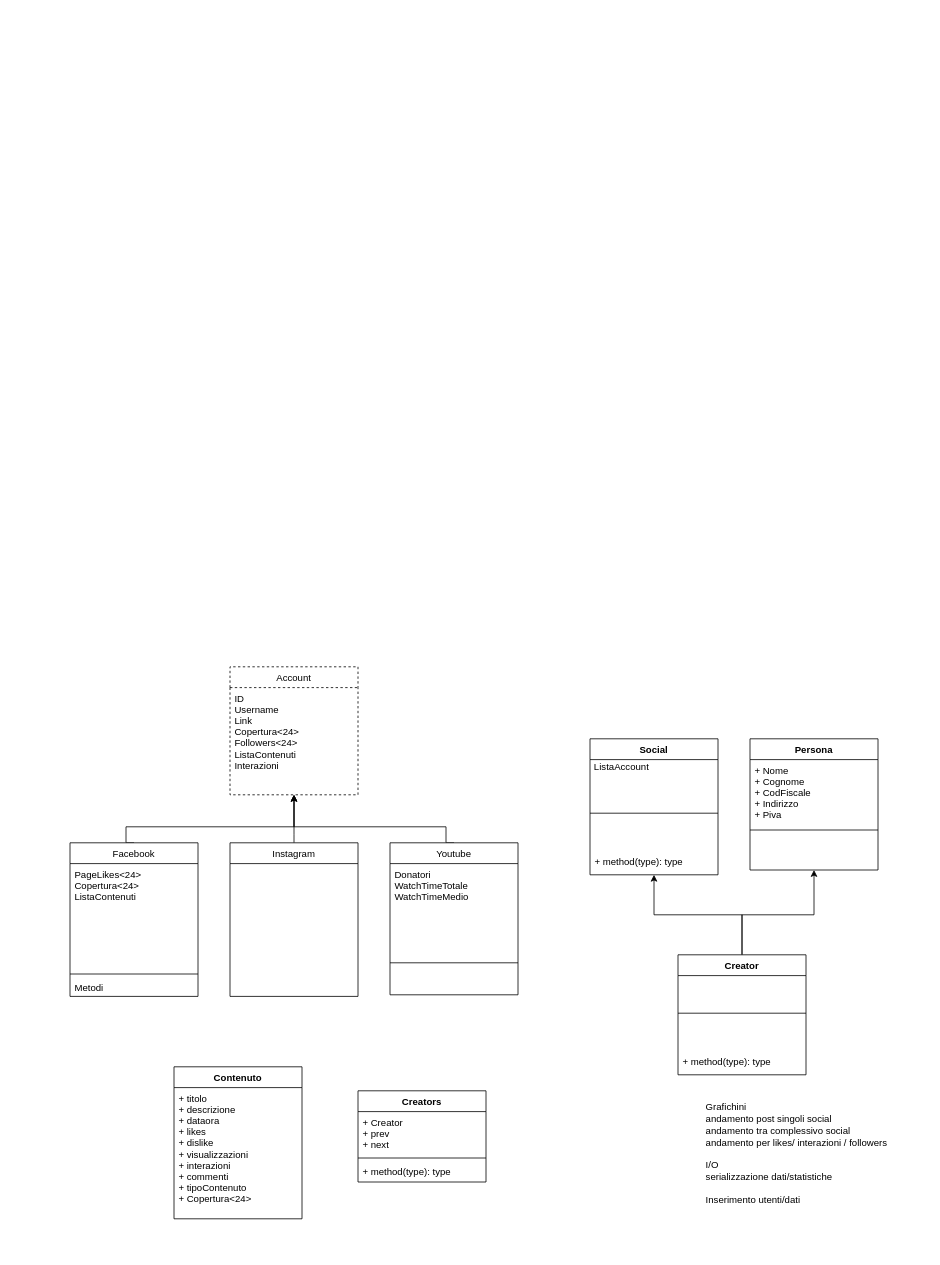
The draw.io diagram diagProgetto.drawio in gianpics/QANALYTICS-ProgettoPAO2020, before the edit. Source tidied: cells renumbered, new cells numbered last; positions are measured from the earlier drawing's top-left corner, leaving out a move shared by most shapes. Both pictures are drawn from the tidied source at 80%, with x=0, y=0 at pixel (70, 666).
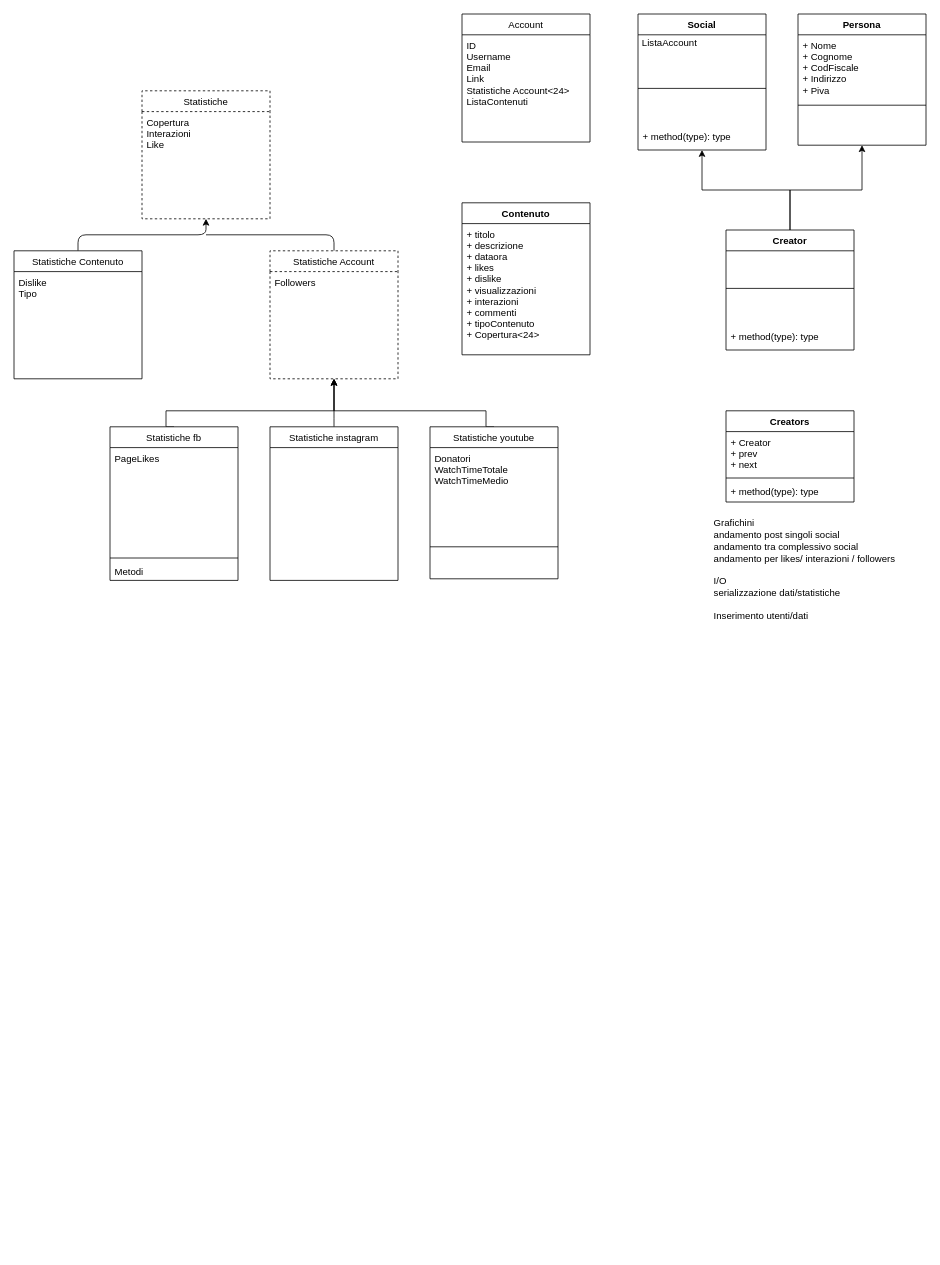
Above is the later version.

Unchanged cells that the change refers to:
```xml
<mxCell id="13" value="+ method(type): type" style="text;strokeColor=none;fillColor=none;align=left;verticalAlign=top;spacingLeft=4;spacingRight=4;overflow=hidden;points=[[0,0.5],[1,0.5]];portConstraint=eastwest;" parent="10" vertex="1">
  <mxGeometry y="140" width="160" height="30" as="geometry" />
</mxCell>
```

What changed in the source:
```diff
@@
-    <mxCell id="2" style="edgeStyle=orthogonalEdgeStyle;rounded=0;jettySize=auto;html=1;exitX=0.5;exitY=0;exitDx=0;exitDy=0;entryX=0.5;entryY=1;entryDx=0;entryDy=0;" parent="1" edge="1" source="20" target="14">
-      <mxGeometry relative="1" as="geometry">
-        <Array as="points">
-          <mxPoint x="70" y="200" />
-          <mxPoint x="280" y="200" />
-        </Array>
-      </mxGeometry>
-    </mxCell>
-    <mxCell id="3" style="edgeStyle=orthogonalEdgeStyle;rounded=0;jettySize=auto;html=1;exitX=0.5;exitY=0;exitDx=0;exitDy=0;entryX=0.5;entryY=1;entryDx=0;entryDy=0;" parent="1" edge="1" source="16" target="14">
-      <mxGeometry relative="1" as="geometry">
-        <Array as="points">
-          <mxPoint x="280" y="210" />
-          <mxPoint x="280" y="210" />
-        </Array>
-      </mxGeometry>
-    </mxCell>
-    <mxCell id="4" style="edgeStyle=orthogonalEdgeStyle;rounded=0;jettySize=auto;html=1;exitX=0.5;exitY=0;exitDx=0;exitDy=0;entryX=0.5;entryY=1;entryDx=0;entryDy=0;" parent="1" edge="1" source="17" target="14">
-      <mxGeometry relative="1" as="geometry">
-        <Array as="points">
-          <mxPoint x="470" y="200" />
-          <mxPoint x="280" y="200" />
-        </Array>
-      </mxGeometry>
-    </mxCell>
     <mxCell id="5" style="edgeStyle=orthogonalEdgeStyle;rounded=0;jettySize=auto;html=1;exitX=0.5;exitY=0;exitDx=0;exitDy=0;entryX=0.5;entryY=1;entryDx=0;entryDy=0;entryPerimeter=0;" parent="1" edge="1" source="31" target="13">
       <mxGeometry relative="1" as="geometry">
         <Array as="points">
-          <mxPoint x="840" y="360" />
-          <mxPoint x="840" y="310" />
-          <mxPoint x="730" y="310" />
+          <mxPoint x="900" y="-546" />
+          <mxPoint x="900" y="-596" />
+          <mxPoint x="790" y="-596" />
         </Array>
       </mxGeometry>
     </mxCell>
     <mxCell id="6" style="edgeStyle=orthogonalEdgeStyle;rounded=0;jettySize=auto;html=1;exitX=0.5;exitY=0;exitDx=0;exitDy=0;entryX=0.5;entryY=1;entryDx=0;entryDy=0;" parent="1" edge="1" source="31" target="7">
       <mxGeometry relative="1" as="geometry">
         <Array as="points">
-          <mxPoint x="840" y="360" />
-          <mxPoint x="840" y="310" />
-          <mxPoint x="930" y="310" />
+          <mxPoint x="900" y="-546" />
+          <mxPoint x="900" y="-596" />
+          <mxPoint x="990" y="-596" />
         </Array>
       </mxGeometry>
     </mxCell>
+    <mxCell id="24" value="&lt;div&gt;&lt;br&gt;&lt;/div&gt;&lt;div&gt;Grafichini &lt;br&gt;&lt;/div&gt;&lt;div&gt;andamento post singoli social&lt;/div&gt;&lt;div&gt;andamento tra complessivo social&lt;/div&gt;&lt;div&gt;andamento per likes/ interazioni / followers&lt;br&gt;&lt;/div&gt;&lt;div&gt;&lt;br&gt;&lt;/div&gt;&lt;div&gt;I/O&lt;/div&gt;&lt;div&gt;serializzazione dati/statistiche&lt;/div&gt;&lt;div&gt;&lt;br&gt;&lt;/div&gt;&lt;div&gt;Inserimento utenti/dati&lt;br&gt;&lt;/div&gt;" style="text;html=1;strokeColor=none;fillColor=none;spacing=5;spacingTop=-20;whiteSpace=wrap;overflow=hidden;rounded=0;" parent="1" vertex="1">
+      <mxGeometry x="800" y="-190" width="260" height="190" as="geometry" />
+    </mxCell>
+    <mxCell id="34" style="edgeStyle=orthogonalEdgeStyle;rounded=0;jettySize=auto;html=1;exitX=0.5;exitY=0;exitDx=0;exitDy=0;entryX=0.5;entryY=1;entryDx=0;entryDy=0;" parent="1" edge="1" source="47">
+      <mxGeometry relative="1" as="geometry">
+        <mxPoint x="330" y="-360" as="targetPoint" />
+        <Array as="points">
+          <mxPoint x="120" y="-320" />
+          <mxPoint x="330" y="-320" />
+        </Array>
+      </mxGeometry>
+    </mxCell>
+    <mxCell id="35" style="edgeStyle=orthogonalEdgeStyle;rounded=0;jettySize=auto;html=1;exitX=0.5;exitY=0;exitDx=0;exitDy=0;entryX=0.5;entryY=1;entryDx=0;entryDy=0;" parent="1" edge="1" source="45">
+      <mxGeometry relative="1" as="geometry">
+        <mxPoint x="330" y="-360" as="targetPoint" />
+        <Array as="points">
+          <mxPoint x="330" y="-310" />
+          <mxPoint x="330" y="-310" />
+        </Array>
+      </mxGeometry>
+    </mxCell>
+    <mxCell id="36" style="edgeStyle=orthogonalEdgeStyle;rounded=0;jettySize=auto;html=1;exitX=0.5;exitY=0;exitDx=0;exitDy=0;entryX=0.5;entryY=1;entryDx=0;entryDy=0;" parent="1" edge="1" source="46">
+      <mxGeometry relative="1" as="geometry">
+        <mxPoint x="330" y="-360" as="targetPoint" />
+        <Array as="points">
+          <mxPoint x="520" y="-320" />
+          <mxPoint x="330" y="-320" />
+        </Array>
+      </mxGeometry>
+    </mxCell>
+    <mxCell id="37" style="endArrow=classic;html=1;exitX=0.5;exitY=0;exitDx=0;exitDy=0;entryX=0.5;entryY=1;entryDx=0;entryDy=0;" parent="1" edge="1" source="43" target="41">
+      <mxGeometry relative="1" as="geometry">
+        <Array as="points">
+          <mxPoint x="10" y="-540" />
+          <mxPoint x="170" y="-540" />
+        </Array>
+      </mxGeometry>
+    </mxCell>
+    <mxCell id="38" style="endArrow=none;html=1;" parent="1" edge="1">
+      <mxGeometry relative="1" as="geometry">
+        <mxPoint x="330" y="-520" as="sourcePoint" />
+        <mxPoint x="170" y="-540" as="targetPoint" />
+        <Array as="points">
+          <mxPoint x="330" y="-540" />
+        </Array>
+      </mxGeometry>
+    </mxCell>
+    <mxCell id="39" value="Statistiche Account" style="swimlane;fontStyle=0;align=center;verticalAlign=top;horizontal=1;startSize=26;rounded=0;shadow=0;strokeWidth=1;dashed=1;" parent="1" vertex="1">
+      <mxGeometry x="250" y="-520" width="160" height="160" as="geometry" />
+    </mxCell>
+    <mxCell id="40" value="Followers&#10;" style="text;align=left;verticalAlign=top;spacingLeft=4;spacingRight=4;overflow=hidden;" parent="39" vertex="1">
+      <mxGeometry y="26" width="160" height="114" as="geometry" />
+    </mxCell>
+    <mxCell id="41" value="Statistiche" style="swimlane;fontStyle=0;align=center;verticalAlign=top;horizontal=1;startSize=26;rounded=0;shadow=0;strokeWidth=1;dashed=1;" parent="1" vertex="1">
+      <mxGeometry x="90" y="-720" width="160" height="160" as="geometry" />
+    </mxCell>
+    <mxCell id="42" value="Copertura&#10;Interazioni&#10;Like&#10;" style="text;align=left;verticalAlign=top;spacingLeft=4;spacingRight=4;overflow=hidden;" parent="41" vertex="1">
+      <mxGeometry y="26" width="160" height="114" as="geometry" />
+    </mxCell>
+    <mxCell id="43" value="Statistiche Contenuto" style="swimlane;fontStyle=0;align=center;verticalAlign=top;horizontal=1;startSize=26;rounded=0;shadow=0;strokeWidth=1;" parent="1" vertex="1">
+      <mxGeometry x="-70" y="-520" width="160" height="160" as="geometry" />
+    </mxCell>
+    <mxCell id="44" value="Dislike&#10;Tipo&#10;" style="text;align=left;verticalAlign=top;spacingLeft=4;spacingRight=4;overflow=hidden;" parent="43" vertex="1">
+      <mxGeometry y="26" width="160" height="114" as="geometry" />
+    </mxCell>
+    <mxCell id="45" value="Statistiche instagram" style="swimlane;fontStyle=0;align=center;verticalAlign=top;horizontal=1;startSize=26;rounded=0;shadow=0;strokeWidth=1;" parent="1" vertex="1">
+      <mxGeometry x="250" y="-300" width="160" height="192" as="geometry" />
+    </mxCell>
+    <mxCell id="46" value="Statistiche youtube" style="swimlane;fontStyle=0;align=center;verticalAlign=top;horizontal=1;startSize=26;rounded=0;shadow=0;strokeWidth=1;" parent="1" vertex="1">
+      <mxGeometry x="450" y="-300" width="160" height="190" as="geometry" />
+    </mxCell>
+    <mxCell id="18" value="Donatori&#10;WatchTimeTotale&#10;WatchTimeMedio&#10;" style="text;align=left;verticalAlign=top;spacingLeft=4;spacingRight=4;overflow=hidden;" parent="46" vertex="1">
+      <mxGeometry y="26" width="160" height="104" as="geometry" />
+    </mxCell>
+    <mxCell id="19" style="line;html=1;strokeWidth=1;align=left;verticalAlign=middle;spacingTop=-1;spacingLeft=3;spacingRight=3;labelPosition=right;" parent="46" vertex="1">
+      <mxGeometry y="130" width="160" height="40" as="geometry" />
+    </mxCell>
+    <mxCell id="47" value="Statistiche fb" style="swimlane;fontStyle=0;align=center;verticalAlign=top;horizontal=1;startSize=26;rounded=0;shadow=0;strokeWidth=1;" parent="1" vertex="1">
+      <mxGeometry x="50" y="-300" width="160" height="192" as="geometry" />
+    </mxCell>
+    <mxCell id="48" value="PageLikes&#10;" style="text;align=left;verticalAlign=top;spacingLeft=4;spacingRight=4;overflow=hidden;" parent="47" vertex="1">
+      <mxGeometry y="26" width="160" height="134" as="geometry" />
+    </mxCell>
+    <mxCell id="22" style="line;html=1;strokeWidth=1;align=left;verticalAlign=middle;spacingTop=-1;spacingLeft=3;spacingRight=3;labelPosition=right;" parent="47" vertex="1">
+      <mxGeometry y="160" width="160" height="8" as="geometry" />
+    </mxCell>
+    <mxCell id="23" value="Metodi&#10;" style="text;align=left;verticalAlign=top;spacingLeft=4;spacingRight=4;overflow=hidden;" parent="47" vertex="1">
+      <mxGeometry y="168" width="160" height="4" as="geometry" />
+    </mxCell>
+    <mxCell id="14" value="Account" style="swimlane;fontStyle=0;align=center;verticalAlign=top;horizontal=1;startSize=26;rounded=0;shadow=0;strokeWidth=1;" parent="1" vertex="1">
+      <mxGeometry x="490" y="-816" width="160" height="160" as="geometry" />
+    </mxCell>
+    <mxCell id="15" value="ID&#10;Username&#10;Email&#10;Link&#10;Statistiche Account&lt;24&gt;&#10;ListaContenuti&#10;" style="text;align=left;verticalAlign=top;spacingLeft=4;spacingRight=4;overflow=hidden;" parent="14" vertex="1">
+      <mxGeometry y="26" width="160" height="114" as="geometry" />
+    </mxCell>
     <mxCell id="7" value="Persona" style="swimlane;fontStyle=1;align=center;verticalAlign=top;horizontal=1;startSize=26;rounded=0;shadow=0;strokeWidth=1;" parent="1" vertex="1">
-      <mxGeometry x="850" y="90" width="160" height="164" as="geometry" />
+      <mxGeometry x="910" y="-816" width="160" height="164" as="geometry" />
     </mxCell>
@@
     <mxCell id="10" value="Social&#10;" style="swimlane;fontStyle=1;align=center;verticalAlign=top;horizontal=1;startSize=26;" parent="1" vertex="1">
-      <mxGeometry x="650" y="90" width="160" height="170" as="geometry" />
+      <mxGeometry x="710" y="-816" width="160" height="170" as="geometry" />
     </mxCell>
@@
-    <mxCell id="14" value="Account" style="swimlane;fontStyle=0;align=center;verticalAlign=top;horizontal=1;startSize=26;rounded=0;shadow=0;strokeWidth=1;dashed=1;" parent="1" vertex="1">
-      <mxGeometry x="200" width="160" height="160" as="geometry" />
-    </mxCell>
-    <mxCell id="15" value="ID&#10;Username&#10;Link&#10;Copertura&lt;24&gt;&#10;Followers&lt;24&gt;&#10;ListaContenuti&#10;Interazioni&#10;&#10;" style="text;align=left;verticalAlign=top;spacingLeft=4;spacingRight=4;overflow=hidden;" parent="14" vertex="1">
-      <mxGeometry y="26" width="160" height="114" as="geometry" />
-    </mxCell>
-    <mxCell id="16" value="Instagram" style="swimlane;fontStyle=0;align=center;verticalAlign=top;horizontal=1;startSize=26;rounded=0;shadow=0;strokeWidth=1;" parent="1" vertex="1">
-      <mxGeometry x="200" y="220" width="160" height="192" as="geometry" />
-    </mxCell>
-    <mxCell id="17" value="Youtube" style="swimlane;fontStyle=0;align=center;verticalAlign=top;horizontal=1;startSize=26;rounded=0;shadow=0;strokeWidth=1;" parent="1" vertex="1">
-      <mxGeometry x="400" y="220" width="160" height="190" as="geometry" />
-    </mxCell>
-    <mxCell id="18" value="Donatori&#10;WatchTimeTotale&#10;WatchTimeMedio&#10;" style="text;align=left;verticalAlign=top;spacingLeft=4;spacingRight=4;overflow=hidden;" parent="17" vertex="1">
-      <mxGeometry y="26" width="160" height="104" as="geometry" />
-    </mxCell>
-    <mxCell id="19" style="line;html=1;strokeWidth=1;align=left;verticalAlign=middle;spacingTop=-1;spacingLeft=3;spacingRight=3;labelPosition=right;" parent="17" vertex="1">
-      <mxGeometry y="130" width="160" height="40" as="geometry" />
-    </mxCell>
-    <mxCell id="20" value="Facebook&#10;" style="swimlane;fontStyle=0;align=center;verticalAlign=top;horizontal=1;startSize=26;rounded=0;shadow=0;strokeWidth=1;" parent="1" vertex="1">
-      <mxGeometry y="220" width="160" height="192" as="geometry" />
-    </mxCell>
-    <mxCell id="21" value="PageLikes&lt;24&gt;&#10;Copertura&lt;24&gt;&#10;ListaContenuti&#10;" style="text;align=left;verticalAlign=top;spacingLeft=4;spacingRight=4;overflow=hidden;" parent="20" vertex="1">
-      <mxGeometry y="26" width="160" height="134" as="geometry" />
-    </mxCell>
-    <mxCell id="22" style="line;html=1;strokeWidth=1;align=left;verticalAlign=middle;spacingTop=-1;spacingLeft=3;spacingRight=3;labelPosition=right;" parent="20" vertex="1">
-      <mxGeometry y="160" width="160" height="8" as="geometry" />
-    </mxCell>
-    <mxCell id="23" value="Metodi&#10;" style="text;align=left;verticalAlign=top;spacingLeft=4;spacingRight=4;overflow=hidden;" parent="20" vertex="1">
-      <mxGeometry y="168" width="160" height="4" as="geometry" />
-    </mxCell>
-    <mxCell id="24" value="&lt;div&gt;&lt;br&gt;&lt;/div&gt;&lt;div&gt;Grafichini &lt;br&gt;&lt;/div&gt;&lt;div&gt;andamento post singoli social&lt;/div&gt;&lt;div&gt;andamento tra complessivo social&lt;/div&gt;&lt;div&gt;andamento per likes/ interazioni / followers&lt;br&gt;&lt;/div&gt;&lt;div&gt;&lt;br&gt;&lt;/div&gt;&lt;div&gt;I/O&lt;/div&gt;&lt;div&gt;serializzazione dati/statistiche&lt;/div&gt;&lt;div&gt;&lt;br&gt;&lt;/div&gt;&lt;div&gt;Inserimento utenti/dati&lt;br&gt;&lt;/div&gt;" style="text;html=1;strokeColor=none;fillColor=none;spacing=5;spacingTop=-20;whiteSpace=wrap;overflow=hidden;rounded=0;" parent="1" vertex="1">
-      <mxGeometry x="790" y="540" width="260" height="190" as="geometry" />
-    </mxCell>
-    <mxCell id="25" value="Contenuto" style="swimlane;fontStyle=1;align=center;verticalAlign=top;horizontal=1;startSize=26;" parent="1" vertex="1">
-      <mxGeometry x="130" y="500" width="160" height="190" as="geometry" />
-    </mxCell>
-    <mxCell id="26" value="+ titolo&#10;+ descrizione&#10;+ dataora&#10;+ likes&#10;+ dislike&#10;+ visualizzazioni&#10;+ interazioni&#10;+ commenti&#10;+ tipoContenuto&#10;+ Copertura&lt;24&gt;&#10;&#10;" style="text;strokeColor=none;fillColor=none;align=left;verticalAlign=top;spacingLeft=4;spacingRight=4;overflow=hidden;" parent="25" vertex="1">
-      <mxGeometry y="26" width="160" height="164" as="geometry" />
-    </mxCell>
+    <mxCell id="31" value="Creator&#10;" style="swimlane;fontStyle=1;align=center;verticalAlign=top;horizontal=1;startSize=26;" parent="1" vertex="1">
+      <mxGeometry x="820" y="-546" width="160" height="150" as="geometry" />
+    </mxCell>
+    <mxCell id="32" style="line;strokeWidth=1;fillColor=none;align=left;verticalAlign=middle;spacingTop=-1;spacingLeft=3;spacingRight=3;labelPosition=right;" parent="31" vertex="1">
+      <mxGeometry y="26" width="160" height="94" as="geometry" />
+    </mxCell>
+    <mxCell id="33" value="+ method(type): type" style="text;strokeColor=none;fillColor=none;align=left;verticalAlign=top;spacingLeft=4;spacingRight=4;overflow=hidden;" parent="31" vertex="1">
+      <mxGeometry y="120" width="160" height="30" as="geometry" />
+    </mxCell>
     <mxCell id="27" value="Creators" style="swimlane;fontStyle=1;align=center;verticalAlign=top;horizontal=1;startSize=26;" parent="1" vertex="1">
-      <mxGeometry x="360" y="530" width="160" height="114" as="geometry" />
+      <mxGeometry x="820" y="-320" width="160" height="114" as="geometry" />
     </mxCell>
@@
-    <mxCell id="31" value="Creator&#10;" style="swimlane;fontStyle=1;align=center;verticalAlign=top;horizontal=1;startSize=26;" parent="1" vertex="1">
-      <mxGeometry x="760" y="360" width="160" height="150" as="geometry" />
-    </mxCell>
-    <mxCell id="32" style="line;strokeWidth=1;fillColor=none;align=left;verticalAlign=middle;spacingTop=-1;spacingLeft=3;spacingRight=3;labelPosition=right;" parent="31" vertex="1">
-      <mxGeometry y="26" width="160" height="94" as="geometry" />
-    </mxCell>
-    <mxCell id="33" value="+ method(type): type" style="text;strokeColor=none;fillColor=none;align=left;verticalAlign=top;spacingLeft=4;spacingRight=4;overflow=hidden;" parent="31" vertex="1">
-      <mxGeometry y="120" width="160" height="30" as="geometry" />
-    </mxCell>
+    <mxCell id="25" value="Contenuto" style="swimlane;fontStyle=1;align=center;verticalAlign=top;horizontal=1;startSize=26;" parent="1" vertex="1">
+      <mxGeometry x="490" y="-580" width="160" height="190" as="geometry" />
+    </mxCell>
+    <mxCell id="26" value="+ titolo&#10;+ descrizione&#10;+ dataora&#10;+ likes&#10;+ dislike&#10;+ visualizzazioni&#10;+ interazioni&#10;+ commenti&#10;+ tipoContenuto&#10;+ Copertura&lt;24&gt;&#10;&#10;" style="text;strokeColor=none;fillColor=none;align=left;verticalAlign=top;spacingLeft=4;spacingRight=4;overflow=hidden;" parent="25" vertex="1">
+      <mxGeometry y="26" width="160" height="164" as="geometry" />
+    </mxCell>
```
